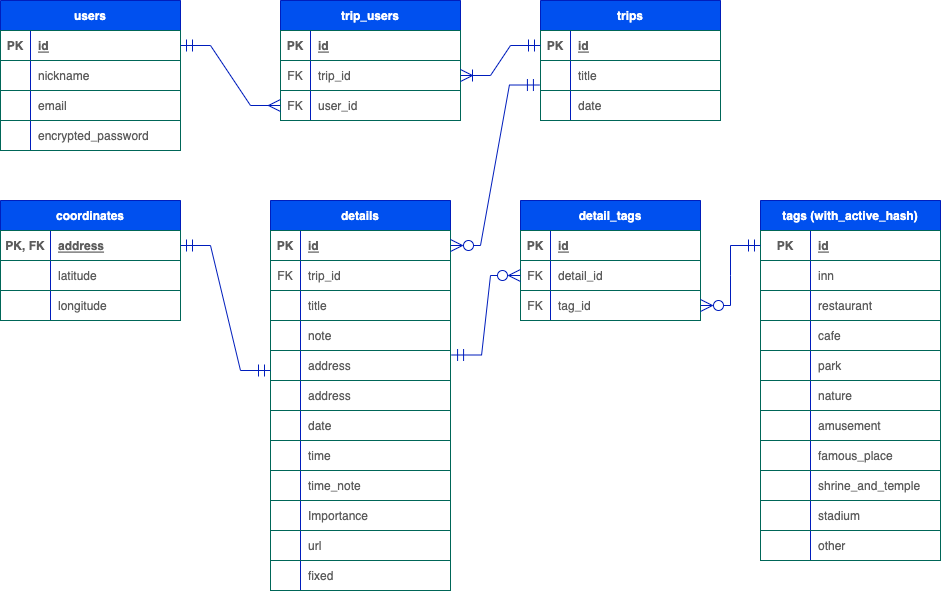
Above: er.png in satomi46/trip_maker (draw.io), before the change. Source tidied: cells renumbered, new cells last; positions are measured from the earlier drawing's top-left corner, leaving out a move shared by most shapes.
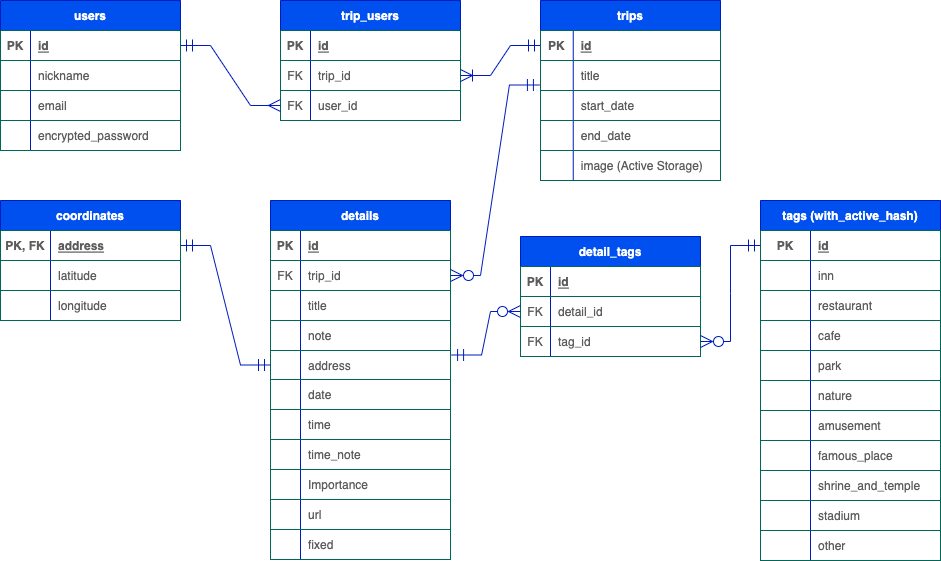
The same diagram one commit later.

Commit message:
テーブル設計、ER図の修正

The edit, as a diff of the source:
```diff
@@ -42,37 +42,55 @@
       <mxGeometry x="30" width="150" height="30" as="geometry" />
     </mxCell>
     <mxCell id="15" value="trips" style="shape=table;startSize=30;rowLines=0;fontStyle=1;align=center;rounded=0;fillColor=#0050ef;strokeColor=#001DBC;fontColor=#ffffff;fixDash=0;" parent="1" vertex="1">
-      <mxGeometry x="540" width="180" height="120" as="geometry" />
+      <mxGeometry x="540" width="180" height="180" as="geometry" />
     </mxCell>
     <mxCell id="16" style="shape=tableRow;horizontal=0;startSize=0;swimlaneHead=0;swimlaneBody=0;fillColor=none;points=[[0,0.5],[1,0.5]];portConstraint=eastwest;top=0;left=0;right=0;bottom=1;rounded=0;strokeColor=#006658;fontColor=#5C5C5C;" parent="15" vertex="1">
       <mxGeometry y="30" width="180" height="30" as="geometry" />
     </mxCell>
     <mxCell id="17" value="PK" style="shape=partialRectangle;fillColor=none;top=0;left=0;bottom=0;right=0;fontStyle=1;overflow=hidden;rounded=0;strokeColor=#006658;fontColor=#5C5C5C;" parent="16" vertex="1">
-      <mxGeometry width="30" height="30" as="geometry" />
+      <mxGeometry width="32.8" height="30" as="geometry" />
     </mxCell>
     <mxCell id="18" value="id" style="shape=partialRectangle;fillColor=none;top=0;left=0;bottom=0;right=0;align=left;spacingLeft=6;fontStyle=5;overflow=hidden;rounded=0;strokeColor=#006658;fontColor=#5C5C5C;" parent="16" vertex="1">
-      <mxGeometry x="30" width="150" height="30" as="geometry" />
+      <mxGeometry x="32.8" width="147.2" height="30" as="geometry" />
     </mxCell>
     <mxCell id="19" style="shape=tableRow;horizontal=0;startSize=0;swimlaneHead=0;swimlaneBody=0;fillColor=none;top=0;left=0;right=0;bottom=0;rounded=0;strokeColor=#006658;fontColor=#5C5C5C;" parent="15" vertex="1">
       <mxGeometry y="60" width="180" height="30" as="geometry" />
     </mxCell>
     <mxCell id="20" style="shape=partialRectangle;fillColor=none;top=0;left=0;bottom=0;right=0;overflow=hidden;rounded=0;strokeColor=#006658;fontColor=#5C5C5C;" parent="19" vertex="1">
-      <mxGeometry width="30" height="30" as="geometry" />
+      <mxGeometry width="32.8" height="30" as="geometry" />
     </mxCell>
     <mxCell id="21" value="title" style="shape=partialRectangle;fillColor=none;top=0;left=0;bottom=0;right=0;align=left;spacingLeft=6;overflow=hidden;rounded=0;strokeColor=#006658;fontColor=#5C5C5C;" parent="19" vertex="1">
-      <mxGeometry x="30" width="150" height="30" as="geometry" />
+      <mxGeometry x="32.8" width="147.2" height="30" as="geometry" />
     </mxCell>
     <mxCell id="22" style="shape=tableRow;horizontal=0;startSize=0;swimlaneHead=0;swimlaneBody=0;fillColor=none;points=[[0,0.5],[1,0.5]];portConstraint=eastwest;top=0;left=0;right=0;bottom=0;rounded=0;strokeColor=#006658;fontColor=#5C5C5C;" parent="15" vertex="1">
       <mxGeometry y="90" width="180" height="30" as="geometry" />
     </mxCell>
     <mxCell id="23" style="shape=partialRectangle;fillColor=none;top=0;left=0;bottom=0;right=0;overflow=hidden;rounded=0;strokeColor=#006658;fontColor=#5C5C5C;" parent="22" vertex="1">
-      <mxGeometry width="30" height="30" as="geometry" />
+      <mxGeometry width="32.8" height="30" as="geometry" />
     </mxCell>
-    <mxCell id="24" value="date" style="shape=partialRectangle;fillColor=none;top=0;left=0;bottom=0;right=0;align=left;spacingLeft=6;overflow=hidden;rounded=0;strokeColor=#006658;fontColor=#5C5C5C;" parent="22" vertex="1">
-      <mxGeometry x="30" width="150" height="30" as="geometry" />
+    <mxCell id="24" value="start_date" style="shape=partialRectangle;fillColor=none;top=0;left=0;bottom=0;right=0;align=left;spacingLeft=6;overflow=hidden;rounded=0;strokeColor=#006658;fontColor=#5C5C5C;" parent="22" vertex="1">
+      <mxGeometry x="32.8" width="147.2" height="30" as="geometry" />
     </mxCell>
+    <mxCell id="132" style="shape=tableRow;horizontal=0;startSize=0;swimlaneHead=0;swimlaneBody=0;fillColor=none;top=0;left=0;right=0;bottom=0;rounded=0;strokeColor=#006658;fontColor=#5C5C5C;" parent="15" vertex="1">
+      <mxGeometry y="120" width="180" height="30" as="geometry" />
+    </mxCell>
+    <mxCell id="133" style="shape=partialRectangle;fillColor=none;top=0;left=0;bottom=0;right=0;overflow=hidden;rounded=0;strokeColor=#006658;fontColor=#5C5C5C;" parent="132" vertex="1">
+      <mxGeometry width="32.8" height="30" as="geometry" />
+    </mxCell>
+    <mxCell id="134" value="end_date" style="shape=partialRectangle;fillColor=none;top=0;left=0;bottom=0;right=0;align=left;spacingLeft=6;overflow=hidden;rounded=0;strokeColor=#006658;fontColor=#5C5C5C;" parent="132" vertex="1">
+      <mxGeometry x="32.8" width="147.2" height="30" as="geometry" />
+    </mxCell>
+    <mxCell id="135" style="shape=tableRow;horizontal=0;startSize=0;swimlaneHead=0;swimlaneBody=0;fillColor=none;top=0;left=0;right=0;bottom=0;rounded=0;strokeColor=#006658;fontColor=#5C5C5C;" parent="15" vertex="1">
+      <mxGeometry y="150" width="180" height="30" as="geometry" />
+    </mxCell>
+    <mxCell id="136" style="shape=partialRectangle;fillColor=none;top=0;left=0;bottom=0;right=0;overflow=hidden;rounded=0;strokeColor=#006658;fontColor=#5C5C5C;" parent="135" vertex="1">
+      <mxGeometry width="32.8" height="30" as="geometry" />
+    </mxCell>
+    <mxCell id="137" value="image (Active Storage)" style="shape=partialRectangle;fillColor=none;top=0;left=0;bottom=0;right=0;align=left;spacingLeft=6;overflow=hidden;rounded=0;strokeColor=#006658;fontColor=#5C5C5C;" parent="135" vertex="1">
+      <mxGeometry x="32.8" width="147.2" height="30" as="geometry" />
+    </mxCell>
     <mxCell id="25" value="detail_tags" style="shape=table;startSize=30;rowLines=0;fontStyle=1;align=center;rounded=0;fillColor=#0050ef;strokeColor=#001DBC;fontColor=#ffffff;fixDash=0;" parent="1" vertex="1">
-      <mxGeometry x="520" y="200" width="180" height="120" as="geometry" />
+      <mxGeometry x="520" y="236" width="180" height="120" as="geometry" />
     </mxCell>
     <mxCell id="26" style="shape=tableRow;horizontal=0;startSize=0;swimlaneHead=0;swimlaneBody=0;fillColor=none;top=0;left=0;right=0;bottom=1;rounded=0;strokeColor=#006658;fontColor=#5C5C5C;" parent="25" vertex="1">
       <mxGeometry y="30" width="180" height="30" as="geometry" />
@@ -102,7 +120,7 @@
       <mxGeometry x="30" width="150" height="30" as="geometry" />
     </mxCell>
     <mxCell id="35" value="details" style="shape=table;startSize=30;rowLines=0;fontStyle=1;align=center;rounded=0;fillColor=#0050ef;strokeColor=#001DBC;fontColor=#ffffff;fixDash=0;" parent="1" vertex="1">
-      <mxGeometry x="270" y="200" width="180" height="390" as="geometry" />
+      <mxGeometry x="270" y="200" width="180" height="359" as="geometry" />
     </mxCell>
     <mxCell id="36" style="shape=tableRow;horizontal=0;startSize=0;swimlaneHead=0;swimlaneBody=0;fillColor=none;points=[[0,0.5],[1,0.5]];portConstraint=eastwest;top=0;left=0;right=0;bottom=1;rounded=0;strokeColor=#006658;fontColor=#5C5C5C;" parent="35" vertex="1">
       <mxGeometry y="30" width="180" height="30" as="geometry" />
@@ -141,25 +159,16 @@
       <mxGeometry x="30" width="150" height="30" as="geometry" />
     </mxCell>
     <mxCell id="48" style="shape=tableRow;horizontal=0;startSize=0;swimlaneHead=0;swimlaneBody=0;fillColor=none;points=[[0,0.5],[1,0.5]];portConstraint=eastwest;top=0;left=0;right=0;bottom=0;rounded=0;strokeColor=#006658;fontColor=#5C5C5C;" parent="35" vertex="1">
-      <mxGeometry y="150" width="180" height="30" as="geometry" />
+      <mxGeometry y="150" width="180" height="29" as="geometry" />
     </mxCell>
     <mxCell id="49" style="shape=partialRectangle;fillColor=none;top=0;left=0;bottom=0;right=0;overflow=hidden;rounded=0;strokeColor=#006658;fontColor=#5C5C5C;" parent="48" vertex="1">
-      <mxGeometry width="30" height="30" as="geometry" />
+      <mxGeometry width="30" height="29" as="geometry" />
     </mxCell>
     <mxCell id="50" value="address" style="shape=partialRectangle;fillColor=none;top=0;left=0;bottom=0;right=0;align=left;spacingLeft=6;overflow=hidden;rounded=0;strokeColor=#006658;fontColor=#5C5C5C;" parent="48" vertex="1">
-      <mxGeometry x="30" width="150" height="30" as="geometry" />
+      <mxGeometry x="30" width="150" height="29" as="geometry" />
     </mxCell>
-    <mxCell id="51" style="shape=tableRow;horizontal=0;startSize=0;swimlaneHead=0;swimlaneBody=0;fillColor=none;top=0;left=0;right=0;bottom=0;rounded=0;strokeColor=#006658;fontColor=#5C5C5C;" parent="35" vertex="1">
-      <mxGeometry y="180" width="180" height="30" as="geometry" />
-    </mxCell>
-    <mxCell id="52" style="shape=partialRectangle;fillColor=none;top=0;left=0;bottom=0;right=0;overflow=hidden;rounded=0;strokeColor=#006658;fontColor=#5C5C5C;" parent="51" vertex="1">
-      <mxGeometry width="30" height="30" as="geometry" />
-    </mxCell>
-    <mxCell id="53" value="address" style="shape=partialRectangle;fillColor=none;top=0;left=0;bottom=0;right=0;align=left;spacingLeft=6;overflow=hidden;rounded=0;strokeColor=#006658;fontColor=#5C5C5C;" parent="51" vertex="1">
-      <mxGeometry x="30" width="150" height="30" as="geometry" />
-    </mxCell>
     <mxCell id="54" style="shape=tableRow;horizontal=0;startSize=0;swimlaneHead=0;swimlaneBody=0;fillColor=none;top=0;left=0;right=0;bottom=0;rounded=0;strokeColor=#006658;fontColor=#5C5C5C;" parent="35" vertex="1">
-      <mxGeometry y="210" width="180" height="30" as="geometry" />
+      <mxGeometry y="179" width="180" height="30" as="geometry" />
     </mxCell>
     <mxCell id="55" style="shape=partialRectangle;fillColor=none;top=0;left=0;bottom=0;right=0;overflow=hidden;rounded=0;strokeColor=#006658;fontColor=#5C5C5C;" parent="54" vertex="1">
       <mxGeometry width="30" height="30" as="geometry" />
@@ -168,7 +177,7 @@
       <mxGeometry x="30" width="150" height="30" as="geometry" />
     </mxCell>
     <mxCell id="57" style="shape=tableRow;horizontal=0;startSize=0;swimlaneHead=0;swimlaneBody=0;fillColor=none;top=0;left=0;right=0;bottom=0;rounded=0;strokeColor=#006658;fontColor=#5C5C5C;" parent="35" vertex="1">
-      <mxGeometry y="240" width="180" height="30" as="geometry" />
+      <mxGeometry y="209" width="180" height="30" as="geometry" />
     </mxCell>
     <mxCell id="58" style="shape=partialRectangle;fillColor=none;top=0;left=0;bottom=0;right=0;overflow=hidden;rounded=0;strokeColor=#006658;fontColor=#5C5C5C;" parent="57" vertex="1">
       <mxGeometry width="30" height="30" as="geometry" />
@@ -177,7 +186,7 @@
       <mxGeometry x="30" width="150" height="30" as="geometry" />
     </mxCell>
     <mxCell id="60" style="shape=tableRow;horizontal=0;startSize=0;swimlaneHead=0;swimlaneBody=0;fillColor=none;top=0;left=0;right=0;bottom=0;rounded=0;strokeColor=#006658;fontColor=#5C5C5C;" parent="35" vertex="1">
-      <mxGeometry y="270" width="180" height="30" as="geometry" />
+      <mxGeometry y="239" width="180" height="30" as="geometry" />
     </mxCell>
     <mxCell id="61" style="shape=partialRectangle;fillColor=none;top=0;left=0;bottom=0;right=0;overflow=hidden;rounded=0;strokeColor=#006658;fontColor=#5C5C5C;" parent="60" vertex="1">
       <mxGeometry width="30" height="30" as="geometry" />
@@ -186,7 +195,7 @@
       <mxGeometry x="30" width="150" height="30" as="geometry" />
     </mxCell>
     <mxCell id="63" style="shape=tableRow;horizontal=0;startSize=0;swimlaneHead=0;swimlaneBody=0;fillColor=none;top=0;left=0;right=0;bottom=0;rounded=0;strokeColor=#006658;fontColor=#5C5C5C;" parent="35" vertex="1">
-      <mxGeometry y="300" width="180" height="30" as="geometry" />
+      <mxGeometry y="269" width="180" height="30" as="geometry" />
     </mxCell>
     <mxCell id="64" style="shape=partialRectangle;fillColor=none;top=0;left=0;bottom=0;right=0;overflow=hidden;rounded=0;strokeColor=#006658;fontColor=#5C5C5C;" parent="63" vertex="1">
       <mxGeometry width="30" height="30" as="geometry" />
@@ -195,7 +204,7 @@
       <mxGeometry x="30" width="150" height="30" as="geometry" />
     </mxCell>
     <mxCell id="66" style="shape=tableRow;horizontal=0;startSize=0;swimlaneHead=0;swimlaneBody=0;fillColor=none;top=0;left=0;right=0;bottom=0;rounded=0;strokeColor=#006658;fontColor=#5C5C5C;" parent="35" vertex="1">
-      <mxGeometry y="330" width="180" height="30" as="geometry" />
+      <mxGeometry y="299" width="180" height="30" as="geometry" />
     </mxCell>
     <mxCell id="67" style="shape=partialRectangle;fillColor=none;top=0;left=0;bottom=0;right=0;overflow=hidden;rounded=0;strokeColor=#006658;fontColor=#5C5C5C;" parent="66" vertex="1">
       <mxGeometry width="30" height="30" as="geometry" />
@@ -204,7 +213,7 @@
       <mxGeometry x="30" width="150" height="30" as="geometry" />
     </mxCell>
     <mxCell id="69" style="shape=tableRow;horizontal=0;startSize=0;swimlaneHead=0;swimlaneBody=0;fillColor=none;top=0;left=0;right=0;bottom=0;rounded=0;strokeColor=#006658;fontColor=#5C5C5C;" parent="35" vertex="1">
-      <mxGeometry y="360" width="180" height="30" as="geometry" />
+      <mxGeometry y="329" width="180" height="30" as="geometry" />
     </mxCell>
     <mxCell id="70" style="shape=partialRectangle;fillColor=none;top=0;left=0;bottom=0;right=0;overflow=hidden;rounded=0;strokeColor=#006658;fontColor=#5C5C5C;" parent="69" vertex="1">
       <mxGeometry width="30" height="30" as="geometry" />
@@ -374,12 +383,10 @@
     <mxCell id="125" value="user_id" style="shape=partialRectangle;fillColor=none;top=0;left=0;bottom=0;right=0;align=left;spacingLeft=6;overflow=hidden;rounded=0;strokeColor=#006658;fontColor=#5C5C5C;" parent="123" vertex="1">
       <mxGeometry x="30" width="150" height="30" as="geometry" />
     </mxCell>
-    <mxCell id="126" style="edgeStyle=entityRelationEdgeStyle;fontSize=12;html=1;endArrow=ERmandOne;startArrow=ERmandOne;rounded=0;exitX=1;exitY=0.5;exitDx=0;exitDy=0;endSize=10;startSize=10;targetPerimeterSpacing=0;strokeColor=#001DBC;fontColor=#ffffff;fillColor=#0050ef;fixDash=0;snapToPoint=0;fontStyle=1;" parent="1" edge="1" source="73">
-      <mxGeometry relative="1" as="geometry">
-        <mxPoint x="270" y="370" as="targetPoint" />
-      </mxGeometry>
+    <mxCell id="126" style="edgeStyle=entityRelationEdgeStyle;fontSize=12;html=1;endArrow=ERmandOne;startArrow=ERmandOne;rounded=0;exitX=1;exitY=0.5;exitDx=0;exitDy=0;endSize=10;startSize=10;targetPerimeterSpacing=0;strokeColor=#001DBC;fontColor=#ffffff;fillColor=#0050ef;fixDash=0;snapToPoint=0;fontStyle=1;entryX=0;entryY=0.5;entryDx=0;entryDy=0;" parent="1" edge="1" source="73" target="48">
+      <mxGeometry relative="1" as="geometry" />
     </mxCell>
-    <mxCell id="127" style="edgeStyle=entityRelationEdgeStyle;rounded=0;jettySize=auto;html=1;exitX=1;exitY=0.5;exitDx=0;exitDy=0;entryX=-0.006;entryY=-0.183;entryDx=0;entryDy=0;startSize=10;endSize=10;targetPerimeterSpacing=0;startArrow=ERzeroToMany;startFill=0;endArrow=ERmandOne;endFill=0;entryPerimeter=0;strokeColor=#001DBC;fontColor=#ffffff;fillColor=#0050ef;fixDash=0;snapToPoint=0;fontSize=12;fontStyle=1;" parent="1" edge="1" source="36" target="22">
+    <mxCell id="127" style="edgeStyle=entityRelationEdgeStyle;rounded=0;jettySize=auto;html=1;exitX=1;exitY=0.5;exitDx=0;exitDy=0;entryX=-0.006;entryY=-0.183;entryDx=0;entryDy=0;startSize=10;endSize=10;targetPerimeterSpacing=0;startArrow=ERzeroToMany;startFill=0;endArrow=ERmandOne;endFill=0;entryPerimeter=0;strokeColor=#001DBC;fontColor=#ffffff;fillColor=#0050ef;fixDash=0;snapToPoint=0;fontSize=12;fontStyle=1;" parent="1" edge="1" source="39" target="22">
       <mxGeometry relative="1" as="geometry" />
     </mxCell>
     <mxCell id="128" style="edgeStyle=entityRelationEdgeStyle;rounded=0;jettySize=auto;html=1;exitX=1;exitY=0.5;exitDx=0;exitDy=0;entryX=0;entryY=0.5;entryDx=0;entryDy=0;startArrow=ERoneToMany;startFill=0;endArrow=ERmandOne;endFill=0;startSize=10;endSize=10;targetPerimeterSpacing=0;strokeColor=#001DBC;fontColor=#ffffff;fillColor=#0050ef;fixDash=0;snapToPoint=0;fontSize=12;fontStyle=1;" parent="1" edge="1" source="120" target="16">
```
